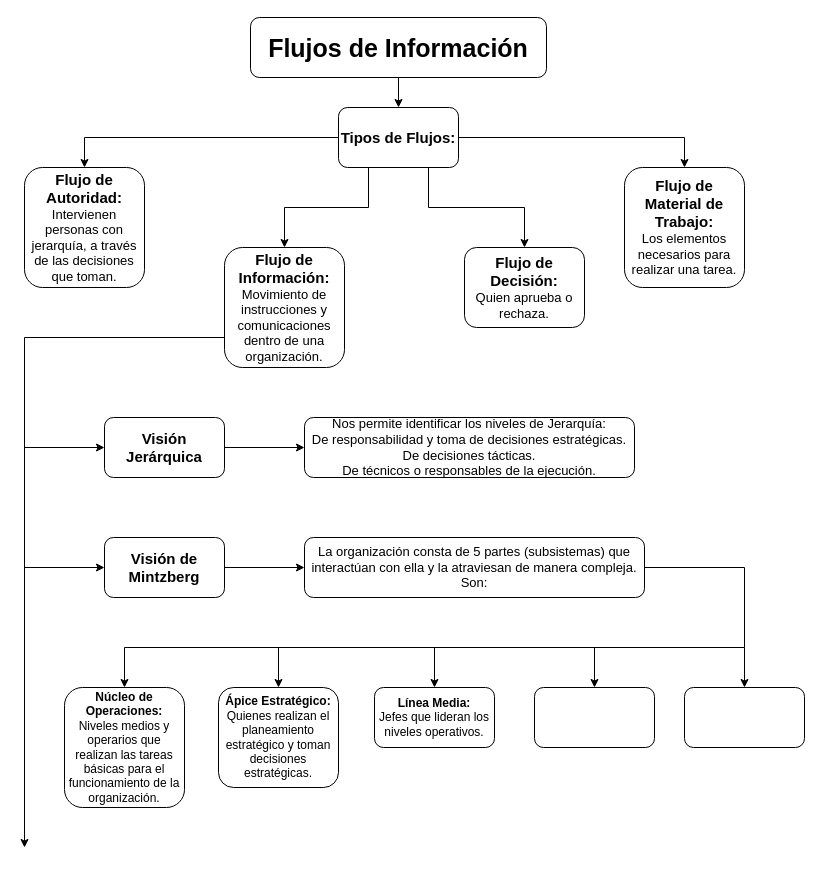
Earlier version of the draw.io diagram Primer Parcial Sistemas.drawio (PsyKloX/nextjs-course). Source tidied: cells renumbered, new cells numbered last; positions are measured from the earlier drawing's top-left corner, leaving out a move shared by most shapes. Both pictures are drawn from the tidied source at 100%, with x=0, y=0 at pixel (24, 17).
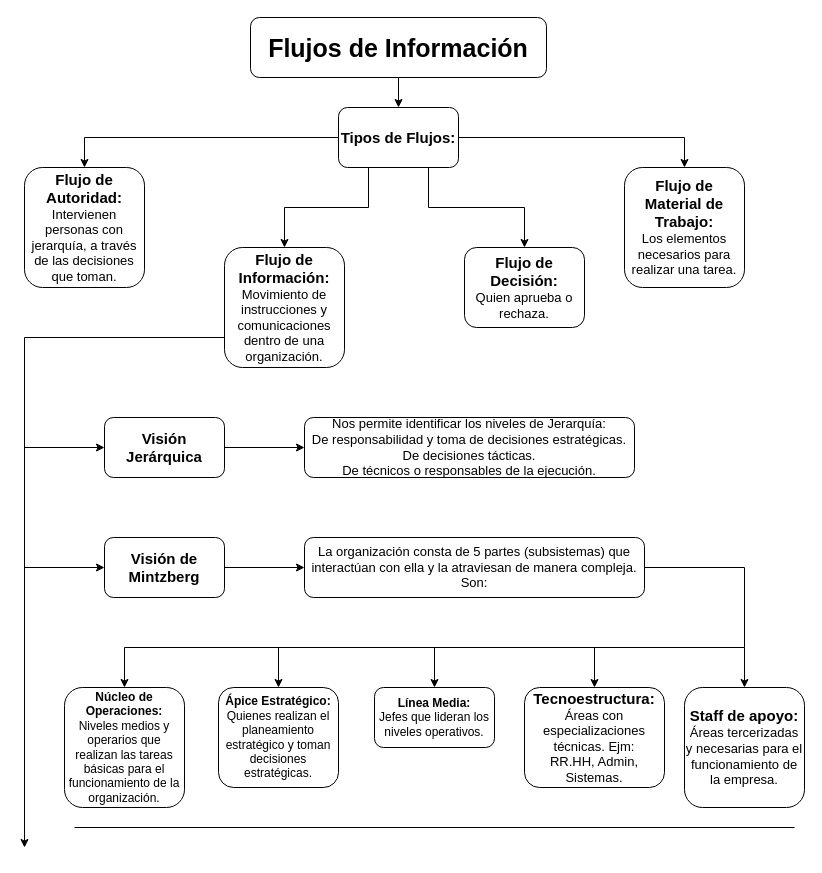
The same page after the edit.

What changed in the source:
```diff
@@
-    <mxCell id="26" style="rounded=1;whiteSpace=wrap;html=1;" parent="1" vertex="1">
-      <mxGeometry x="510" y="670" width="120" height="60" as="geometry" />
+    <mxCell id="26" value="&lt;b&gt;&lt;font style=&quot;font-size: 15px;&quot;&gt;Tecnoestructura:&lt;/font&gt;&lt;/b&gt;&lt;div style=&quot;font-size: 13px;&quot;&gt;&lt;font style=&quot;font-size: 13px;&quot;&gt;Áreas con especializaciones técnicas. Ejm:&lt;/font&gt;&lt;/div&gt;&lt;div style=&quot;font-size: 13px;&quot;&gt;&lt;font style=&quot;font-size: 13px;&quot;&gt;RR.HH, Admin, Sistemas.&lt;/font&gt;&lt;/div&gt;" style="rounded=1;whiteSpace=wrap;html=1;" parent="1" vertex="1">
+      <mxGeometry x="500" y="670" width="140" height="100" as="geometry" />
     </mxCell>
-    <mxCell id="27" style="rounded=1;whiteSpace=wrap;html=1;" parent="1" vertex="1">
-      <mxGeometry x="660" y="670" width="120" height="60" as="geometry" />
+    <mxCell id="27" value="&lt;b&gt;&lt;font style=&quot;font-size: 15px;&quot;&gt;Staff de apoyo:&lt;/font&gt;&lt;/b&gt;&lt;div&gt;&lt;font style=&quot;font-size: 13px;&quot;&gt;Áreas tercerizadas y necesarias para el funcionamiento de la empresa.&lt;/font&gt;&lt;/div&gt;" style="rounded=1;whiteSpace=wrap;html=1;" parent="1" vertex="1">
+      <mxGeometry x="660" y="670" width="120" height="120" as="geometry" />
     </mxCell>
@@
+    <mxCell id="34" style="endArrow=none;html=1;rounded=0;" parent="1" edge="1">
+      <mxGeometry relative="1" as="geometry">
+        <mxPoint x="50" y="810" as="sourcePoint" />
+        <mxPoint x="770" y="810" as="targetPoint" />
+      </mxGeometry>
+    </mxCell>
```
